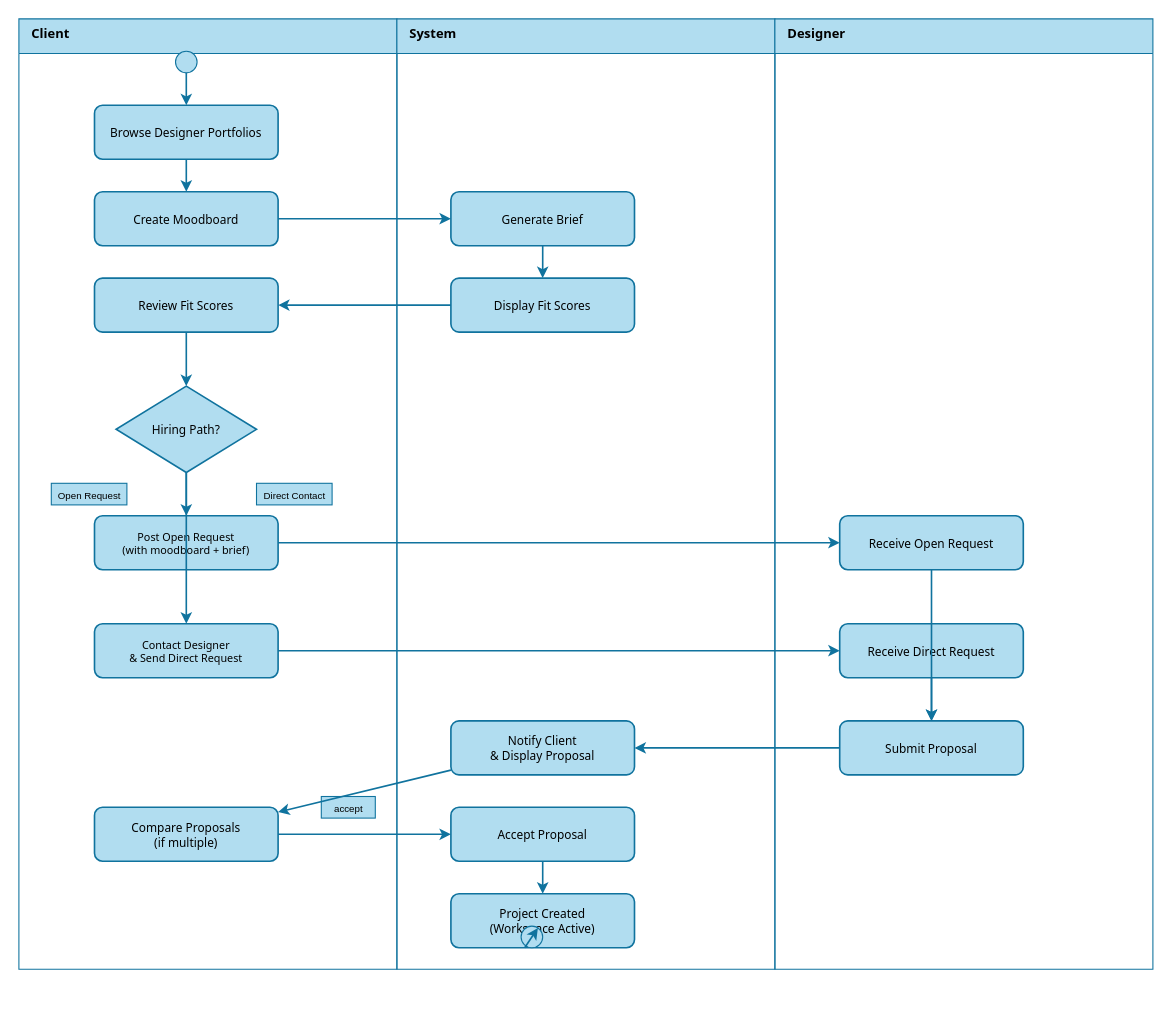
The draw.io diagram docs/Interim/Diagrams/02-activity-hiring.drawio in MNSBaanu/Inside, before the edit. Source tidied: cells renumbered, new cells numbered last; positions are measured from the earlier drawing's top-left corner, leaving out a move shared by most shapes. Both pictures are drawn from the tidied source at 108%, with x=0, y=0 at pixel (18, 18).
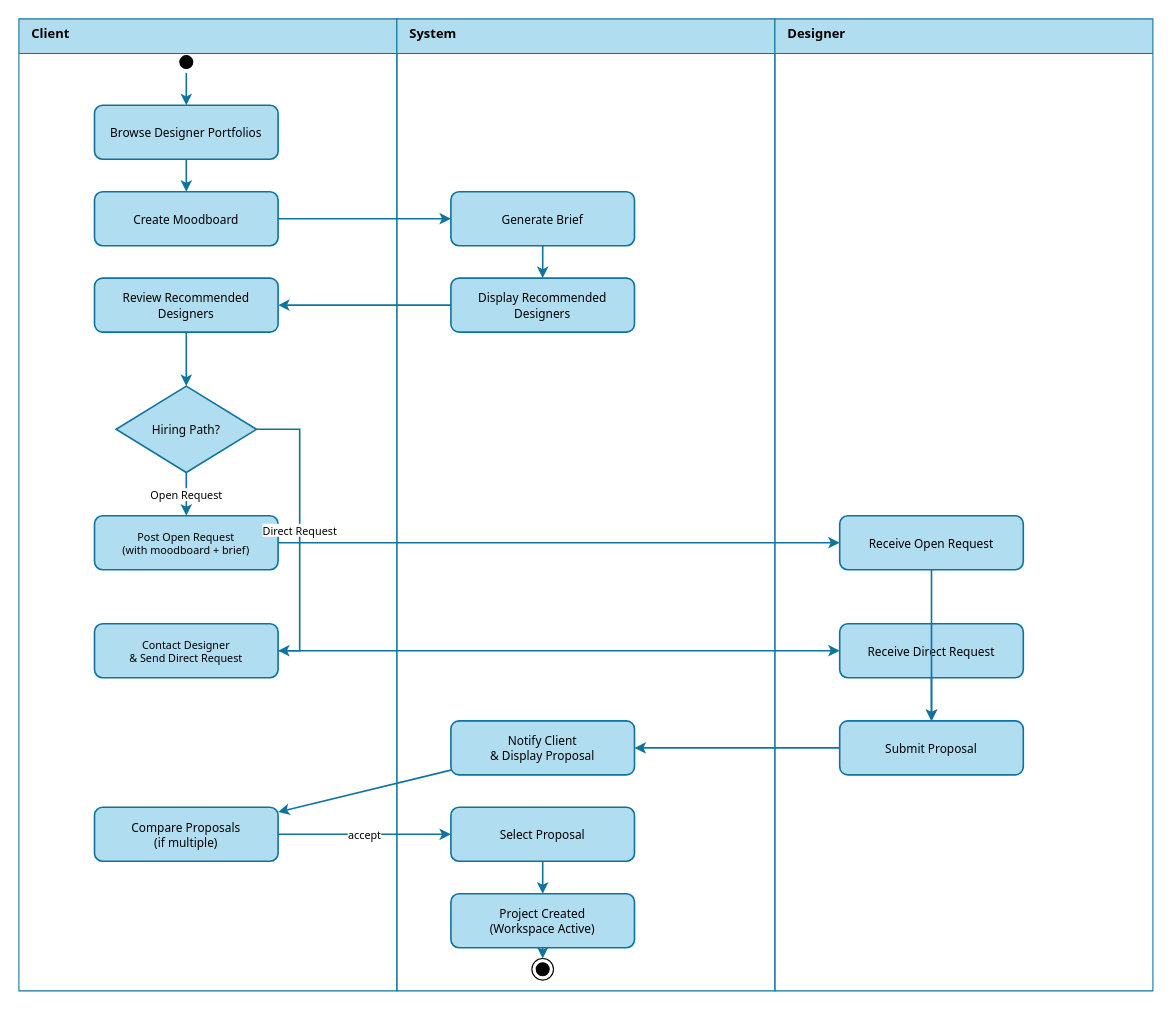
The same page after the edit.

Commit message:
Update Activity Hiring Diagram for clarity and consistency

- Adjusted swimlane heights to 900 for better visual balance.
- Renamed actions to reflect more accurate descriptions, changing "Display Fit Scores" to "Display Recommended Designers" and "Review Fit Scores" to "Review Recommended Designers."
- Updated end state and start state styles for improved visual consistency.
- Removed unnecessary labels to streamline the diagram and enhance clarity.

Unchanged cells that the change refers to:
```xml
<mxCell id="11" value="Hiring Path?" style="rhombus;whiteSpace=wrap;html=1;fillColor=#b1ddf0;strokeColor=#10739e;strokeWidth=1.5;fontFamily=Tahoma;fontSize=11;" parent="1" vertex="1">
  <mxGeometry x="90" y="340" width="130" height="80" as="geometry" />
</mxCell>
<mxCell id="12" value="Post Open Request&#10;(with moodboard + brief)" style="rounded=1;whiteSpace=wrap;html=1;fillColor=#b1ddf0;strokeColor=#10739e;strokeWidth=1.5;fontFamily=Tahoma;fontSize=10;" parent="1" vertex="1">
  <mxGeometry x="70" y="460" width="170" height="50" as="geometry" />
</mxCell>
<mxCell id="13" value="Contact Designer&#10;&amp; Send Direct Request" style="rounded=1;whiteSpace=wrap;html=1;fillColor=#b1ddf0;strokeColor=#10739e;strokeWidth=1.5;fontFamily=Tahoma;fontSize=10;" parent="1" vertex="1">
  <mxGeometry x="70" y="560" width="170" height="50" as="geometry" />
</mxCell>
<mxCell id="18" value="Compare Proposals&#10;(if multiple)" style="rounded=1;whiteSpace=wrap;html=1;fillColor=#b1ddf0;strokeColor=#10739e;strokeWidth=1.5;fontFamily=Tahoma;fontSize=11;" parent="1" vertex="1">
  <mxGeometry x="70" y="730" width="170" height="50" as="geometry" />
</mxCell>
```

The edit, as a diff of the source:
```diff
@@
     <mxCell id="2" value="Client" style="swimlane;startSize=32;fillColor=#b1ddf0;strokeColor=#10739e;fontStyle=1;fontSize=12;fontFamily=Tahoma;align=left;verticalAlign=top;spacingLeft=10;" parent="1" vertex="1">
-      <mxGeometry width="350" height="880" as="geometry" />
+      <mxGeometry width="350" height="900" as="geometry" />
     </mxCell>
     <mxCell id="3" value="System" style="swimlane;startSize=32;fillColor=#b1ddf0;strokeColor=#10739e;fontStyle=1;fontSize=12;fontFamily=Tahoma;align=left;verticalAlign=top;spacingLeft=10;" parent="1" vertex="1">
-      <mxGeometry x="350" width="350" height="880" as="geometry" />
+      <mxGeometry x="350" width="350" height="900" as="geometry" />
     </mxCell>
     <mxCell id="4" value="Designer" style="swimlane;startSize=32;fillColor=#b1ddf0;strokeColor=#10739e;fontStyle=1;fontSize=12;fontFamily=Tahoma;align=left;verticalAlign=top;spacingLeft=10;" parent="1" vertex="1">
-      <mxGeometry x="700" width="350" height="880" as="geometry" />
+      <mxGeometry x="700" width="350" height="900" as="geometry" />
     </mxCell>
-    <mxCell id="5" style="ellipse;whiteSpace=wrap;html=1;fillColor=#b1ddf0;strokeColor=#10739e;" parent="1" vertex="1">
+    <mxCell id="5" style="ellipse;html=1;shape=startState;fillColor=#000000;strokeColor=#000000;" parent="1" vertex="1">
       <mxGeometry x="145" y="30" width="20" height="20" as="geometry" />
     </mxCell>
@@
-    <mxCell id="9" value="Display Fit Scores" style="rounded=1;whiteSpace=wrap;html=1;fillColor=#b1ddf0;strokeColor=#10739e;strokeWidth=1.5;fontFamily=Tahoma;fontSize=11;" parent="1" vertex="1">
+    <mxCell id="9" value="Display Recommended Designers" style="rounded=1;whiteSpace=wrap;html=1;fillColor=#b1ddf0;strokeColor=#10739e;strokeWidth=1.5;fontFamily=Tahoma;fontSize=11;" parent="1" vertex="1">
       <mxGeometry x="400" y="240" width="170" height="50" as="geometry" />
     </mxCell>
-    <mxCell id="10" value="Review Fit Scores" style="rounded=1;whiteSpace=wrap;html=1;fillColor=#b1ddf0;strokeColor=#10739e;strokeWidth=1.5;fontFamily=Tahoma;fontSize=11;" parent="1" vertex="1">
+    <mxCell id="10" value="Review Recommended Designers" style="rounded=1;whiteSpace=wrap;html=1;fillColor=#b1ddf0;strokeColor=#10739e;strokeWidth=1.5;fontFamily=Tahoma;fontSize=11;" parent="1" vertex="1">
       <mxGeometry x="70" y="240" width="170" height="50" as="geometry" />
     </mxCell>
@@
-    <mxCell id="19" value="Accept Proposal" style="rounded=1;whiteSpace=wrap;html=1;fillColor=#b1ddf0;strokeColor=#10739e;strokeWidth=1.5;fontFamily=Tahoma;fontSize=11;" parent="1" vertex="1">
+    <mxCell id="19" value="Select Proposal" style="rounded=1;whiteSpace=wrap;html=1;fillColor=#b1ddf0;strokeColor=#10739e;strokeWidth=1.5;fontFamily=Tahoma;fontSize=11;" parent="1" vertex="1">
       <mxGeometry x="400" y="730" width="170" height="50" as="geometry" />
     </mxCell>
@@
-    <mxCell id="21" style="ellipse;whiteSpace=wrap;html=1;fillColor=#b1ddf0;strokeColor=#10739e;" parent="1" vertex="1">
-      <mxGeometry x="465" y="840" width="20" height="20" as="geometry" />
+    <mxCell id="21" style="ellipse;html=1;shape=endState;fillColor=#000000;strokeColor=#000000;" parent="1" vertex="1">
+      <mxGeometry x="475" y="870" width="20" height="20" as="geometry" />
     </mxCell>
-    <mxCell id="22" value="Open Request" style="text;html=1;strokeColor=#10739e;fillColor=#b1ddf0;align=center;fontSize=9;" parent="1" vertex="1">
-      <mxGeometry x="30" y="430" width="70" height="20" as="geometry" />
-    </mxCell>
-    <mxCell id="23" value="Direct Contact" style="text;html=1;strokeColor=#10739e;fillColor=#b1ddf0;align=center;fontSize=9;" parent="1" vertex="1">
-      <mxGeometry x="220" y="430" width="70" height="20" as="geometry" />
-    </mxCell>
-    <mxCell id="24" value="accept" style="text;html=1;strokeColor=#10739e;fillColor=#b1ddf0;align=center;fontSize=9;" parent="1" vertex="1">
-      <mxGeometry x="280" y="720" width="50" height="20" as="geometry" />
-    </mxCell>
@@
-    <mxCell id="31" style="edgeStyle=none;rounded=0;jettySize=auto;html=1;strokeColor=#10739e;strokeWidth=1.5;fontFamily=Tahoma;endArrow=classic;endFill=1;fillColor=#b1ddf0;" parent="1" edge="1" source="11" target="12">
+    <mxCell id="31" value="Open Request" style="edgeStyle=none;rounded=0;jettySize=auto;html=1;strokeColor=#10739e;strokeWidth=1.5;fontFamily=Tahoma;fontSize=10;endArrow=classic;endFill=1;fillColor=#b1ddf0;align=center;verticalAlign=middle;" parent="1" edge="1" source="11" target="12">
       <mxGeometry relative="1" as="geometry" />
     </mxCell>
-    <mxCell id="32" style="edgeStyle=none;rounded=0;jettySize=auto;html=1;strokeColor=#10739e;strokeWidth=1.5;fontFamily=Tahoma;endArrow=classic;endFill=1;fillColor=#b1ddf0;" parent="1" edge="1" source="11" target="13">
-      <mxGeometry relative="1" as="geometry" />
+    <mxCell id="32" value="Direct Request" style="edgeStyle=orthogonalEdgeStyle;rounded=0;jettySize=auto;html=1;strokeColor=#10739e;strokeWidth=1.5;fontFamily=Tahoma;fontSize=10;endArrow=classic;endFill=1;fillColor=#b1ddf0;align=center;verticalAlign=middle;exitX=1;exitY=0.5;exitDx=0;exitDy=0;entryX=1;entryY=0.5;entryDx=0;entryDy=0;" parent="1" edge="1" source="11" target="13">
+      <mxGeometry relative="1" as="geometry">
+        <Array as="points">
+          <mxPoint x="260" y="380" />
+          <mxPoint x="260" y="585" />
+        </Array>
+      </mxGeometry>
     </mxCell>
@@
-    <mxCell id="39" style="edgeStyle=none;rounded=0;jettySize=auto;html=1;strokeColor=#10739e;strokeWidth=1.5;fontFamily=Tahoma;endArrow=classic;endFill=1;fillColor=#b1ddf0;" parent="1" edge="1" source="18" target="19">
+    <mxCell id="39" value="accept" style="edgeStyle=none;rounded=0;jettySize=auto;html=1;strokeColor=#10739e;strokeWidth=1.5;fontFamily=Tahoma;fontSize=10;endArrow=classic;endFill=1;fillColor=#b1ddf0;align=center;verticalAlign=middle;" parent="1" edge="1" source="18" target="19">
       <mxGeometry relative="1" as="geometry" />
     </mxCell>
```
